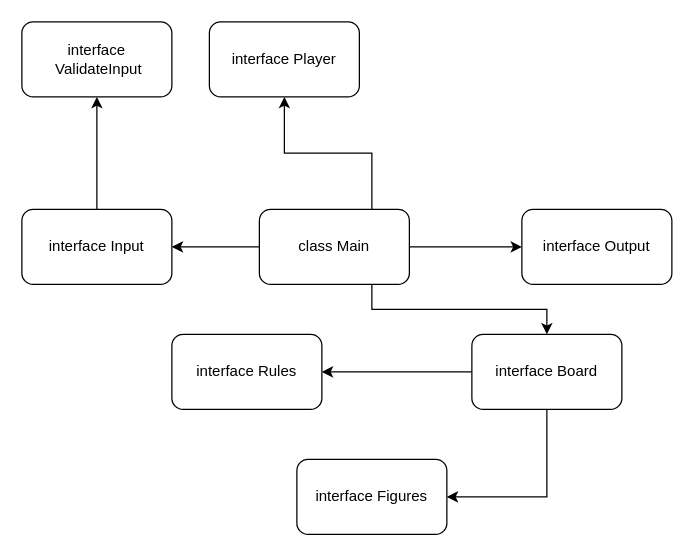
Before: TicTacToe.drawio in Paranoj/job4j_design, a draw.io diagram. Source tidied: cells renumbered, new cells numbered last; positions are measured from the earlier drawing's top-left corner, leaving out a move shared by most shapes. Both pictures are drawn from the tidied source at 125%, with x=0, y=0 at pixel (21, 21).
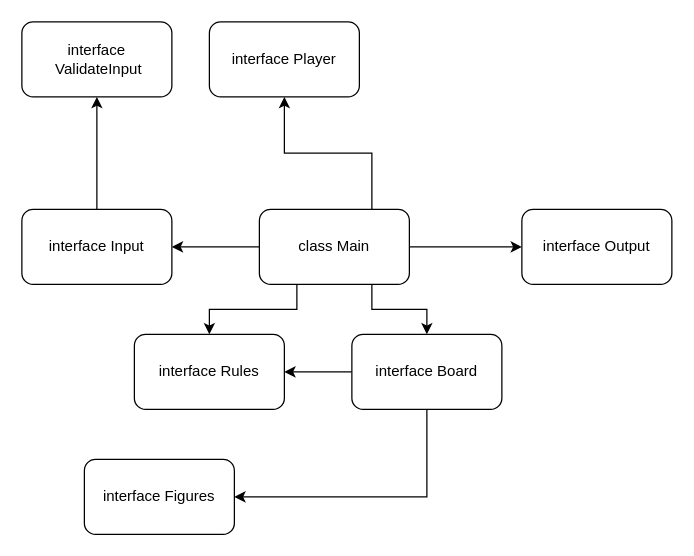
The same page after the edit.

Commit message (it also covers changes not shown here):
2. Крестики-нолики. Тестовое задание. [#793 #386793]

What changed in the source:
```diff
@@
 <mxGraphModel>
   <root>
     <mxCell id="0" />
     <mxCell id="1" parent="0" />
     <mxCell id="2" style="edgeStyle=orthogonalEdgeStyle;rounded=0;jettySize=auto;html=1;exitX=0.5;exitY=1;exitDx=0;exitDy=0;entryX=1;entryY=0.5;entryDx=0;entryDy=0;" parent="1" edge="1" source="4" target="16">
       <mxGeometry relative="1" as="geometry" />
     </mxCell>
     <mxCell id="3" style="edgeStyle=orthogonalEdgeStyle;rounded=0;jettySize=auto;html=1;exitX=0;exitY=0.5;exitDx=0;exitDy=0;entryX=1;entryY=0.5;entryDx=0;entryDy=0;" parent="1" edge="1" source="4" target="9">
       <mxGeometry relative="1" as="geometry" />
     </mxCell>
     <mxCell id="4" value="interface Board" style="rounded=1;whiteSpace=wrap;html=1;" parent="1" vertex="1">
-      <mxGeometry x="360" y="250" width="120" height="60" as="geometry" />
+      <mxGeometry x="264" y="250" width="120" height="60" as="geometry" />
     </mxCell>
     <mxCell id="5" style="edgeStyle=orthogonalEdgeStyle;rounded=0;jettySize=auto;html=1;exitX=0.5;exitY=0;exitDx=0;exitDy=0;entryX=0.5;entryY=1;entryDx=0;entryDy=0;" parent="1" edge="1" source="8" target="6">
       <mxGeometry relative="1" as="geometry" />
     </mxCell>
     <mxCell id="6" value="interface&lt;br&gt;&amp;nbsp;ValidateInput" style="rounded=1;whiteSpace=wrap;html=1;" parent="1" vertex="1">
       <mxGeometry width="120" height="60" as="geometry" />
     </mxCell>
     <mxCell id="7" style="edgeStyle=orthogonalEdgeStyle;rounded=0;jettySize=auto;html=1;exitX=0;exitY=0.5;exitDx=0;exitDy=0;entryX=1;entryY=0.5;entryDx=0;entryDy=0;" parent="1" edge="1" source="14" target="8">
       <mxGeometry relative="1" as="geometry" />
     </mxCell>
     <mxCell id="8" value="interface Input" style="rounded=1;whiteSpace=wrap;html=1;" parent="1" vertex="1">
       <mxGeometry y="150" width="120" height="60" as="geometry" />
     </mxCell>
     <mxCell id="9" value="interface Rules" style="rounded=1;whiteSpace=wrap;html=1;" parent="1" vertex="1">
-      <mxGeometry x="120" y="250" width="120" height="60" as="geometry" />
+      <mxGeometry x="90" y="250" width="120" height="60" as="geometry" />
     </mxCell>
     <mxCell id="10" value="interface Output" style="rounded=1;whiteSpace=wrap;html=1;" parent="1" vertex="1">
       <mxGeometry x="400" y="150" width="120" height="60" as="geometry" />
     </mxCell>
     <mxCell id="11" style="edgeStyle=orthogonalEdgeStyle;rounded=0;jettySize=auto;html=1;exitX=1;exitY=0.5;exitDx=0;exitDy=0;entryX=0;entryY=0.5;entryDx=0;entryDy=0;" parent="1" edge="1" source="14" target="10">
       <mxGeometry relative="1" as="geometry" />
     </mxCell>
     <mxCell id="12" style="edgeStyle=orthogonalEdgeStyle;rounded=0;jettySize=auto;html=1;exitX=0.75;exitY=0;exitDx=0;exitDy=0;entryX=0.5;entryY=1;entryDx=0;entryDy=0;" parent="1" edge="1" source="14" target="15">
       <mxGeometry relative="1" as="geometry" />
     </mxCell>
     <mxCell id="13" style="edgeStyle=orthogonalEdgeStyle;rounded=0;jettySize=auto;html=1;exitX=0.75;exitY=1;exitDx=0;exitDy=0;entryX=0.5;entryY=0;entryDx=0;entryDy=0;" parent="1" edge="1" source="14" target="4">
       <mxGeometry relative="1" as="geometry" />
     </mxCell>
+    <mxCell id="17" style="edgeStyle=orthogonalEdgeStyle;rounded=0;jettySize=auto;html=1;exitX=0.25;exitY=1;exitDx=0;exitDy=0;entryX=0.5;entryY=0;entryDx=0;entryDy=0;" parent="1" edge="1" source="14" target="9">
+      <mxGeometry relative="1" as="geometry" />
+    </mxCell>
     <mxCell id="14" value="class Main" style="rounded=1;whiteSpace=wrap;html=1;" parent="1" vertex="1">
       <mxGeometry x="190" y="150" width="120" height="60" as="geometry" />
     </mxCell>
     <mxCell id="15" value="interface Player" style="rounded=1;whiteSpace=wrap;html=1;" parent="1" vertex="1">
       <mxGeometry x="150" width="120" height="60" as="geometry" />
     </mxCell>
     <mxCell id="16" value="interface Figures" style="rounded=1;whiteSpace=wrap;html=1;" parent="1" vertex="1">
-      <mxGeometry x="220" y="350" width="120" height="60" as="geometry" />
+      <mxGeometry x="50" y="350" width="120" height="60" as="geometry" />
     </mxCell>
   </root>
 </mxGraphModel>
```
